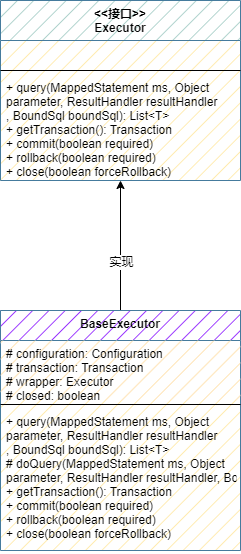
This is wzz-mybatis/mybatis-step-06(Sql方法执行器).drawio.png from wsxzei/markdown-photos, a draw.io export, as it was before one commit. Source tidied: cells renumbered, new cells last; positions are measured from the earlier drawing's top-left corner, leaving out a move shared by most shapes.
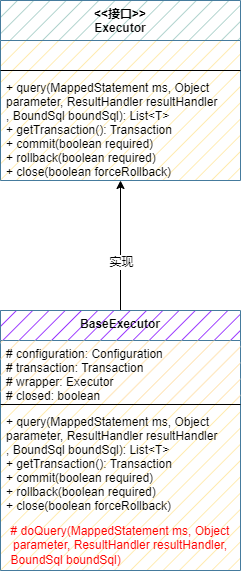
The same diagram one commit later.

Commit message:
更新mybatis-step-06(Sql方法执行器).drawio.png

Change to the diagram source:
```diff
@@ -9,7 +9,7 @@
       <mxGeometry x="-0.25" relative="1" as="geometry" />
     </mxCell>
     <mxCell id="4" value="BaseExecutor" style="swimlane;fontStyle=1;align=center;verticalAlign=top;horizontal=1;startSize=30;gradientColor=none;swimlaneFillColor=#FFE599;fillStyle=hatch;fillColor=#7F00FF;strokeColor=#457B9D;" parent="1" vertex="1">
-      <mxGeometry y="310" width="240" height="240" as="geometry" />
+      <mxGeometry y="310" width="240" height="260" as="geometry" />
     </mxCell>
     <mxCell id="5" value="# configuration: Configuration&#10;# transaction: Transaction&#10;# wrapper: Executor&#10;# closed: boolean" style="text;strokeColor=none;fillColor=#ffe6cc;align=left;verticalAlign=top;spacingLeft=4;spacingRight=4;overflow=hidden;" parent="4" vertex="1">
       <mxGeometry y="30" width="240" height="60" as="geometry" />
@@ -17,9 +17,12 @@
     <mxCell id="6" style="line;strokeWidth=1;fillColor=none;align=left;verticalAlign=middle;spacingTop=-1;spacingLeft=3;spacingRight=3;labelPosition=right;" parent="4" vertex="1">
       <mxGeometry y="90" width="240" height="8" as="geometry" />
     </mxCell>
-    <mxCell id="7" value="+ query(MappedStatement ms, Object &#10;parameter, ResultHandler resultHandler&#10;, BoundSql boundSql): List&lt;T&gt;&#10;# doQuery(MappedStatement ms, Object&#10;parameter, ResultHandler resultHandler, BoundSql boundSql)&#10;+ getTransaction(): Transaction&#10;+ commit(boolean required)&#10;+ rollback(boolean required)&#10;+ close(boolean forceRollback)" style="text;strokeColor=none;fillColor=none;align=left;verticalAlign=top;spacingLeft=4;spacingRight=4;overflow=hidden;" parent="4" vertex="1">
-      <mxGeometry y="98" width="240" height="142" as="geometry" />
+    <mxCell id="7" value="+ query(MappedStatement ms, Object &#10;parameter, ResultHandler resultHandler&#10;, BoundSql boundSql): List&lt;T&gt;&#10;+ getTransaction(): Transaction&#10;+ commit(boolean required)&#10;+ rollback(boolean required)&#10;+ close(boolean forceRollback)" style="text;strokeColor=none;fillColor=none;align=left;verticalAlign=top;spacingLeft=4;spacingRight=4;overflow=hidden;shadow=0;" parent="4" vertex="1">
+      <mxGeometry y="98" width="240" height="112" as="geometry" />
     </mxCell>
+    <mxCell id="12" value="&lt;div&gt;# doQuery(MappedStatement ms, Object&lt;/div&gt;&lt;div&gt;parameter, ResultHandler resultHandler,&lt;/div&gt;&lt;div style=&quot;text-align: left;&quot;&gt;BoundSql boundSql)&lt;/div&gt;" style="text;html=1;strokeColor=none;fillColor=none;align=center;verticalAlign=middle;whiteSpace=wrap;rounded=0;shadow=0;fillStyle=auto;fontColor=#FF0000;" parent="4" vertex="1">
+      <mxGeometry y="210" width="240" height="50" as="geometry" />
+    </mxCell>
     <mxCell id="8" value="&lt;&lt;接口&gt;&gt;&#10;Executor" style="swimlane;fontStyle=1;align=center;verticalAlign=top;horizontal=1;startSize=40;gradientColor=none;swimlaneFillColor=#FFE599;fillStyle=hatch;fillColor=#9AC7BF;strokeColor=#457B9D;" parent="1" vertex="1">
       <mxGeometry width="240" height="180" as="geometry" />
     </mxCell>
```
